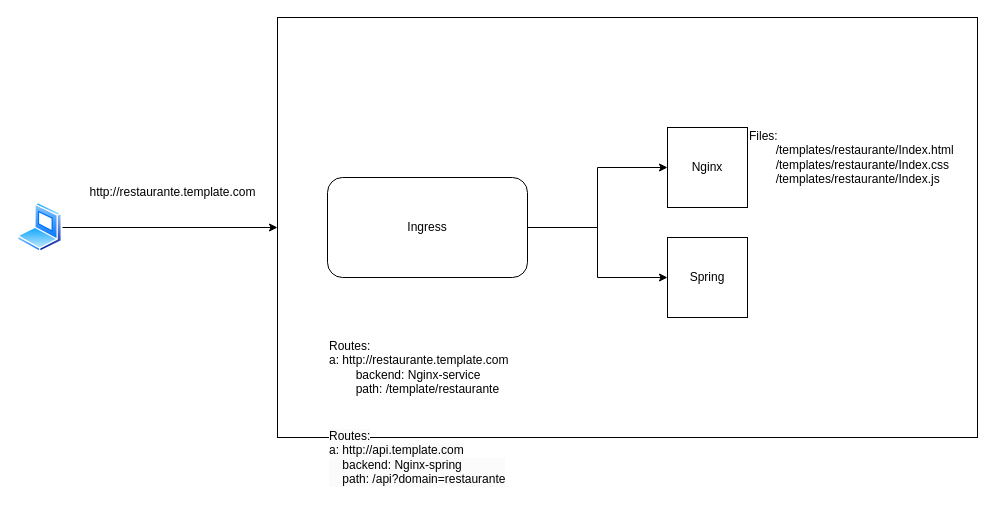
This is page "Pipeline" (4 of 4) of Diagrama sem nome.drawio from Odrakir1/forbys, a draw.io file, before an edit. Source tidied: cells renumbered, new cells numbered last; positions are measured from the earlier drawing's top-left corner, leaving out a move shared by most shapes. Both pictures are drawn from the tidied source at 100%, with x=0, y=0 at pixel (17, 17).
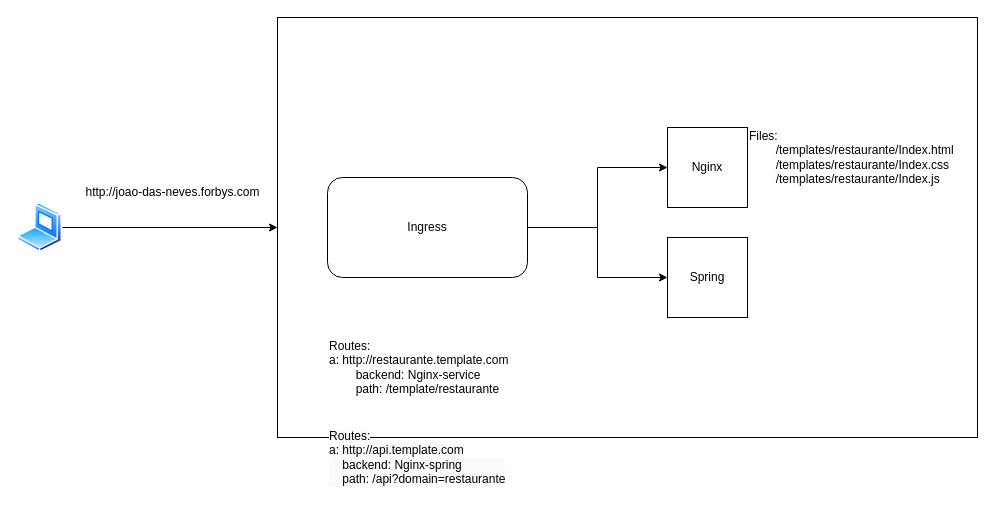
The same diagram, later.

The edit, as a diff of the source:
```diff
@@
 <mxGraphModel>
   <root>
     <mxCell id="0" />
     <mxCell id="1" parent="0" />
     <mxCell id="2" style="edgeStyle=orthogonalEdgeStyle;rounded=0;jettySize=auto;html=1;" parent="1" edge="1" source="3" target="4">
       <mxGeometry relative="1" as="geometry" />
     </mxCell>
     <mxCell id="3" style="image;perimeter=ellipsePerimeter;html=1;align=center;shadow=0;dashed=0;spacingTop=3;image=img/lib/active_directory/laptop_client.svg;" parent="1" vertex="1">
       <mxGeometry y="185" width="45" height="50" as="geometry" />
     </mxCell>
     <mxCell id="4" style="rounded=0;whiteSpace=wrap;html=1;" parent="1" vertex="1">
       <mxGeometry x="260" width="700" height="420" as="geometry" />
     </mxCell>
     <mxCell id="5" style="edgeStyle=orthogonalEdgeStyle;rounded=0;jettySize=auto;html=1;entryX=0;entryY=0.5;entryDx=0;entryDy=0;" parent="1" edge="1" source="7" target="8">
       <mxGeometry relative="1" as="geometry" />
     </mxCell>
     <mxCell id="6" style="edgeStyle=orthogonalEdgeStyle;rounded=0;jettySize=auto;html=1;entryX=0;entryY=0.5;entryDx=0;entryDy=0;" parent="1" edge="1" source="7" target="9">
       <mxGeometry relative="1" as="geometry" />
     </mxCell>
     <mxCell id="7" value="Ingress" style="rounded=1;whiteSpace=wrap;html=1;" parent="1" vertex="1">
       <mxGeometry x="310" y="160" width="200" height="100" as="geometry" />
     </mxCell>
     <mxCell id="8" value="Nginx" style="whiteSpace=wrap;html=1;" parent="1" vertex="1">
       <mxGeometry x="650" y="110" width="80" height="80" as="geometry" />
     </mxCell>
     <mxCell id="9" value="Spring" style="whiteSpace=wrap;html=1;" parent="1" vertex="1">
       <mxGeometry x="650" y="220" width="80" height="80" as="geometry" />
     </mxCell>
-    <mxCell id="10" value="http://restaurante.template.com" style="text;html=1;align=center;verticalAlign=middle;strokeColor=none;fillColor=none;" parent="1" vertex="1">
-      <mxGeometry x="60" y="160" width="190" height="30" as="geometry" />
+    <mxCell id="10" value="http://joao-das-neves.forbys.com" style="text;html=1;align=center;verticalAlign=middle;strokeColor=none;fillColor=none;" parent="1" vertex="1">
+      <mxGeometry x="55" y="160" width="200" height="30" as="geometry" />
     </mxCell>
     <mxCell id="11" value="Routes:&lt;br&gt;a:&amp;nbsp;&lt;span style=&quot;text-wrap: nowrap;&quot;&gt;http://restaurante.template.com&lt;/span&gt;&lt;div&gt;&lt;span style=&quot;white-space: pre;&quot;&gt;&#9;&lt;/span&gt;backend: Nginx-service&lt;br&gt;&lt;span style=&quot;white-space: pre;&quot;&gt;&#9;&lt;/span&gt;path: /template/restaurante&lt;br&gt;&lt;/div&gt;" style="text;html=1;align=left;verticalAlign=middle;whiteSpace=wrap;rounded=0;" parent="1" vertex="1">
       <mxGeometry x="310" y="290" width="250" height="120" as="geometry" />
     </mxCell>
     <mxCell id="12" value="&lt;div&gt;Files:&lt;br&gt;&lt;span style=&quot;white-space: pre;&quot;&gt;&#9;&lt;/span&gt;/templates/restaurante/Index.html&lt;br&gt;&lt;span style=&quot;white-space: pre;&quot;&gt;&#9;&lt;/span&gt;&lt;span style=&quot;background-color: initial;&quot;&gt;/templates/restaurante/Index.css&lt;br&gt;&lt;/span&gt;&lt;span style=&quot;white-space: pre;&quot;&gt;&#9;&lt;/span&gt;&lt;span style=&quot;background-color: initial;&quot;&gt;/templates/restaurante/Index.js&lt;/span&gt;&lt;br&gt;&lt;/div&gt;" style="text;html=1;align=left;verticalAlign=middle;whiteSpace=wrap;rounded=0;" parent="1" vertex="1">
       <mxGeometry x="730" y="80" width="210" height="120" as="geometry" />
     </mxCell>
     <mxCell id="13" value="&lt;span style=&quot;color: rgb(0, 0, 0); font-family: Helvetica; font-size: 12px; font-style: normal; font-variant-ligatures: normal; font-variant-caps: normal; font-weight: 400; letter-spacing: normal; orphans: 2; text-align: left; text-indent: 0px; text-transform: none; widows: 2; word-spacing: 0px; -webkit-text-stroke-width: 0px; white-space: normal; background-color: rgb(251, 251, 251); text-decoration-thickness: initial; text-decoration-style: initial; text-decoration-color: initial; display: inline !important; float: none;&quot;&gt;Routes:&lt;/span&gt;&lt;br style=&quot;color: rgb(0, 0, 0); font-family: Helvetica; font-size: 12px; font-style: normal; font-variant-ligatures: normal; font-variant-caps: normal; font-weight: 400; letter-spacing: normal; orphans: 2; text-align: left; text-indent: 0px; text-transform: none; widows: 2; word-spacing: 0px; -webkit-text-stroke-width: 0px; white-space: normal; background-color: rgb(251, 251, 251); text-decoration-thickness: initial; text-decoration-style: initial; text-decoration-color: initial;&quot;&gt;&lt;span style=&quot;color: rgb(0, 0, 0); font-family: Helvetica; font-size: 12px; font-style: normal; font-variant-ligatures: normal; font-variant-caps: normal; font-weight: 400; letter-spacing: normal; orphans: 2; text-align: left; text-indent: 0px; text-transform: none; widows: 2; word-spacing: 0px; -webkit-text-stroke-width: 0px; white-space: normal; background-color: rgb(251, 251, 251); text-decoration-thickness: initial; text-decoration-style: initial; text-decoration-color: initial; display: inline !important; float: none;&quot;&gt;a:&amp;nbsp;&lt;/span&gt;&lt;span style=&quot;color: rgb(0, 0, 0); font-family: Helvetica; font-size: 12px; font-style: normal; font-variant-ligatures: normal; font-variant-caps: normal; font-weight: 400; letter-spacing: normal; orphans: 2; text-align: left; text-indent: 0px; text-transform: none; widows: 2; word-spacing: 0px; -webkit-text-stroke-width: 0px; white-space: nowrap; background-color: rgb(251, 251, 251); text-decoration-thickness: initial; text-decoration-style: initial; text-decoration-color: initial;&quot;&gt;http://api.template.com&lt;/span&gt;&lt;div style=&quot;color: rgb(0, 0, 0); font-family: Helvetica; font-size: 12px; font-style: normal; font-variant-ligatures: normal; font-variant-caps: normal; font-weight: 400; letter-spacing: normal; orphans: 2; text-align: left; text-indent: 0px; text-transform: none; widows: 2; word-spacing: 0px; -webkit-text-stroke-width: 0px; white-space: normal; background-color: rgb(251, 251, 251); text-decoration-thickness: initial; text-decoration-style: initial; text-decoration-color: initial;&quot;&gt;&lt;span style=&quot;white-space: pre;&quot;&gt;&lt;span style=&quot;white-space: pre;&quot;&gt;&amp;nbsp;&amp;nbsp;&amp;nbsp;&amp;nbsp;&lt;/span&gt;&lt;/span&gt;backend: Nginx-spring&lt;br&gt;&lt;span style=&quot;white-space: pre;&quot;&gt;&lt;span style=&quot;white-space: pre;&quot;&gt;&amp;nbsp;&amp;nbsp;&amp;nbsp;&amp;nbsp;&lt;/span&gt;&lt;/span&gt;path: /api?domain=restaurante&lt;/div&gt;" style="text;whiteSpace=wrap;html=1;" parent="1" vertex="1">
       <mxGeometry x="310" y="405" width="210" height="80" as="geometry" />
     </mxCell>
   </root>
 </mxGraphModel>
```
